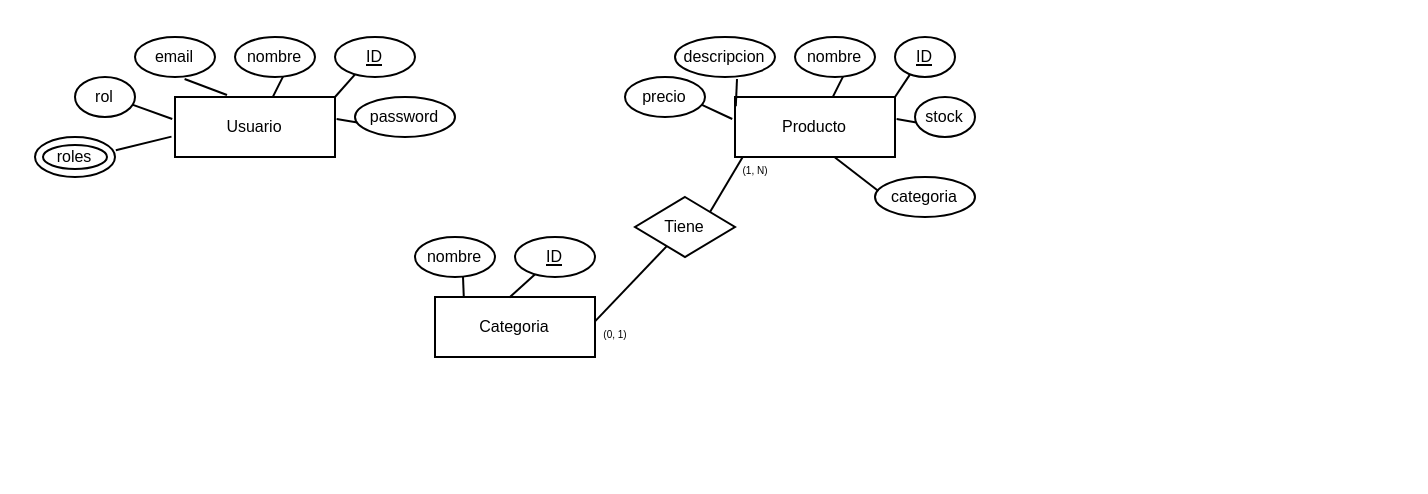
SergioMir018/Inventario-FE keeps this draw.io diagram as Diagrama sin título.drawio. Above is the earlier version. Source tidied: cells renumbered, new cells numbered last; positions are measured from the earlier drawing's top-left corner, leaving out a move shared by most shapes. Both pictures are drawn from the tidied source at 200%, with x=0, y=0 at pixel (34, 36).
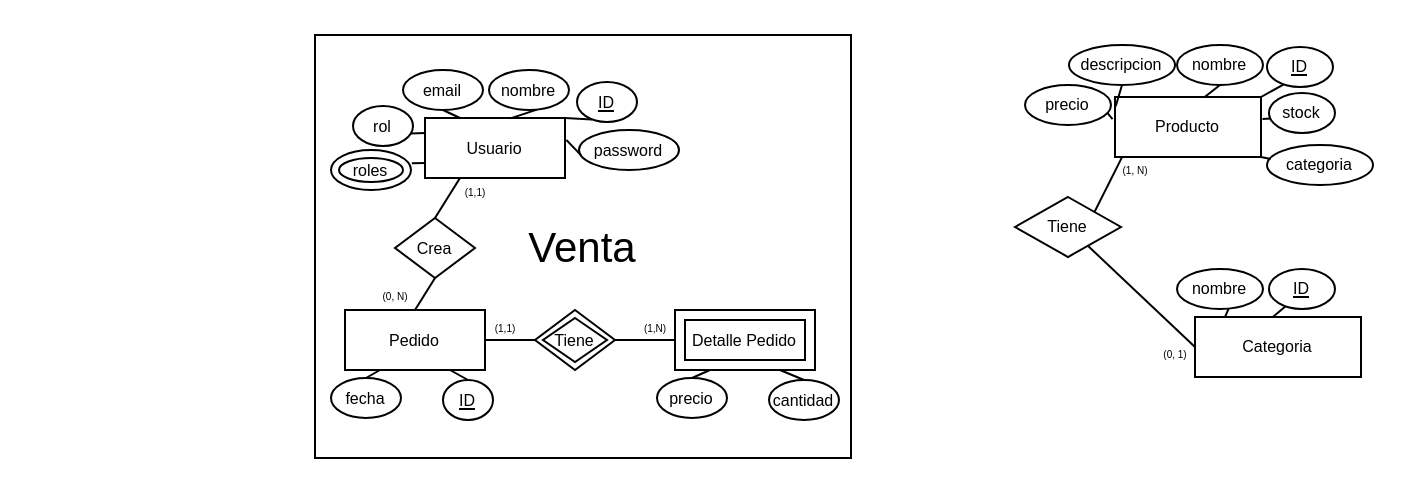
Above is the later version.

Diff of the diagram source:
```diff
@@
+    <mxCell id="39" value="Venta" style="whiteSpace=wrap;html=1;align=center;fontSize=21;" parent="1" vertex="1">
+      <mxGeometry x="140" y="-1" width="268" height="211.5" as="geometry" />
+    </mxCell>
     <mxCell id="2" value="Usuario" style="rounded=0;whiteSpace=wrap;html=1;fontSize=8;labelBackgroundColor=none;" parent="1" vertex="1">
-      <mxGeometry x="70" y="30" width="80" height="30" as="geometry" />
+      <mxGeometry x="195" y="40.5" width="70" height="30" as="geometry" />
     </mxCell>
@@
     <mxCell id="4" value="&lt;u style=&quot;font-size: 8px;&quot;&gt;ID&lt;/u&gt;" style="ellipse;whiteSpace=wrap;html=1;rounded=0;labelBackgroundColor=none;fontSize=8;" parent="1" vertex="1">
-      <mxGeometry x="150" width="40" height="20" as="geometry" />
+      <mxGeometry x="271" y="22.5" width="30" height="20" as="geometry" />
     </mxCell>
     <mxCell id="5" value="&lt;font style=&quot;font-size: 8px;&quot;&gt;nombre&lt;/font&gt;" style="ellipse;whiteSpace=wrap;html=1;rounded=0;labelBackgroundColor=none;fontSize=8;" parent="1" vertex="1">
-      <mxGeometry x="100" width="40" height="20" as="geometry" />
+      <mxGeometry x="227" y="16.5" width="40" height="20" as="geometry" />
     </mxCell>
@@
     <mxCell id="7" value="email" style="ellipse;whiteSpace=wrap;html=1;rounded=0;labelBackgroundColor=none;fontSize=8;" parent="1" vertex="1">
-      <mxGeometry x="50" width="40" height="20" as="geometry" />
+      <mxGeometry x="184" y="16.5" width="40" height="20" as="geometry" />
     </mxCell>
-    <mxCell id="8" style="endArrow=none;html=1;rounded=0;entryX=0.62;entryY=1.05;entryDx=0;entryDy=0;entryPerimeter=0;exitX=0.325;exitY=-0.033;exitDx=0;exitDy=0;exitPerimeter=0;labelBackgroundColor=none;fontColor=default;" parent="1" edge="1" source="2" target="7">
+    <mxCell id="8" style="endArrow=none;html=1;rounded=0;entryX=0.5;entryY=1;entryDx=0;entryDy=0;exitX=0.25;exitY=0;exitDx=0;exitDy=0;labelBackgroundColor=none;fontColor=default;" parent="1" edge="1" source="2" target="7">
       <mxGeometry relative="1" as="geometry" />
     </mxCell>
     <mxCell id="9" value="&lt;font style=&quot;font-size: 8px;&quot;&gt;password&lt;/font&gt;" style="ellipse;whiteSpace=wrap;html=1;rounded=0;labelBackgroundColor=none;fontSize=8;" parent="1" vertex="1">
-      <mxGeometry x="160" y="30" width="50" height="20" as="geometry" />
+      <mxGeometry x="272" y="46.5" width="50" height="20" as="geometry" />
     </mxCell>
@@
     <mxCell id="11" value="rol" style="ellipse;whiteSpace=wrap;html=1;rounded=0;labelBackgroundColor=none;fontSize=8;" parent="1" vertex="1">
-      <mxGeometry x="20" y="20" width="30" height="20" as="geometry" />
+      <mxGeometry x="159" y="34.5" width="30" height="20" as="geometry" />
     </mxCell>
-    <mxCell id="12" style="endArrow=none;html=1;rounded=0;entryX=0.955;entryY=0.69;entryDx=0;entryDy=0;entryPerimeter=0;exitX=-0.017;exitY=0.367;exitDx=0;exitDy=0;exitPerimeter=0;labelBackgroundColor=none;fontColor=default;" parent="1" edge="1" source="2" target="11">
+    <mxCell id="12" style="endArrow=none;html=1;rounded=0;entryX=0.955;entryY=0.69;entryDx=0;entryDy=0;entryPerimeter=0;exitX=0;exitY=0.25;exitDx=0;exitDy=0;labelBackgroundColor=none;fontColor=default;" parent="1" edge="1" source="2" target="11">
       <mxGeometry relative="1" as="geometry" />
     </mxCell>
-    <mxCell id="13" style="endArrow=none;html=1;rounded=0;entryX=-0.022;entryY=0.66;entryDx=0;entryDy=0;exitX=1.01;exitY=0.33;exitDx=0;exitDy=0;exitPerimeter=0;entryPerimeter=0;labelBackgroundColor=none;fontColor=default;" parent="1" edge="1" source="34" target="2">
+    <mxCell id="13" style="endArrow=none;html=1;rounded=0;entryX=0;entryY=0.75;entryDx=0;entryDy=0;exitX=1.01;exitY=0.33;exitDx=0;exitDy=0;exitPerimeter=0;labelBackgroundColor=none;fontColor=default;" parent="1" edge="1" source="34" target="2">
       <mxGeometry relative="1" as="geometry" />
     </mxCell>
     <mxCell id="14" value="Producto" style="rounded=0;whiteSpace=wrap;html=1;fontSize=8;labelBackgroundColor=none;" parent="1" vertex="1">
-      <mxGeometry x="350" y="30" width="80" height="30" as="geometry" />
+      <mxGeometry x="540" y="30" width="73" height="30" as="geometry" />
     </mxCell>
@@
     <mxCell id="16" value="&lt;u style=&quot;font-size: 8px;&quot;&gt;ID&lt;/u&gt;" style="ellipse;whiteSpace=wrap;html=1;rounded=0;labelBackgroundColor=none;fontSize=8;" parent="1" vertex="1">
-      <mxGeometry x="430" width="30" height="20" as="geometry" />
+      <mxGeometry x="616" y="5" width="33" height="20" as="geometry" />
     </mxCell>
     <mxCell id="17" value="&lt;font style=&quot;font-size: 8px;&quot;&gt;nombre&lt;/font&gt;" style="ellipse;whiteSpace=wrap;html=1;rounded=0;labelBackgroundColor=none;fontSize=8;" parent="1" vertex="1">
-      <mxGeometry x="380" width="40" height="20" as="geometry" />
+      <mxGeometry x="571" y="4" width="43" height="20" as="geometry" />
     </mxCell>
-    <mxCell id="18" style="endArrow=none;html=1;rounded=0;entryX=0.6;entryY=0.99;entryDx=0;entryDy=0;entryPerimeter=0;exitX=0.61;exitY=0.007;exitDx=0;exitDy=0;exitPerimeter=0;labelBackgroundColor=none;fontColor=default;" parent="1" edge="1" source="14" target="17">
+    <mxCell id="18" style="endArrow=none;html=1;rounded=0;entryX=0.5;entryY=1;entryDx=0;entryDy=0;exitX=0.61;exitY=0.007;exitDx=0;exitDy=0;exitPerimeter=0;labelBackgroundColor=none;fontColor=default;" parent="1" edge="1" source="14" target="17">
       <mxGeometry relative="1" as="geometry" />
     </mxCell>
     <mxCell id="19" value="descripcion" style="ellipse;whiteSpace=wrap;html=1;rounded=0;labelBackgroundColor=none;fontSize=8;" parent="1" vertex="1">
-      <mxGeometry x="320" width="50" height="20" as="geometry" />
+      <mxGeometry x="517" y="4" width="53" height="20" as="geometry" />
     </mxCell>
-    <mxCell id="20" style="endArrow=none;html=1;rounded=0;entryX=0.62;entryY=1.05;entryDx=0;entryDy=0;entryPerimeter=0;exitX=0.005;exitY=0.153;exitDx=0;exitDy=0;exitPerimeter=0;labelBackgroundColor=none;fontColor=default;" parent="1" edge="1" source="14" target="19">
+    <mxCell id="20" style="endArrow=none;html=1;rounded=0;entryX=0.5;entryY=1;entryDx=0;entryDy=0;exitX=0.005;exitY=0.153;exitDx=0;exitDy=0;exitPerimeter=0;labelBackgroundColor=none;fontColor=default;" parent="1" edge="1" source="14" target="19">
       <mxGeometry relative="1" as="geometry" />
     </mxCell>
     <mxCell id="21" value="&lt;font style=&quot;font-size: 8px;&quot;&gt;stock&lt;/font&gt;" style="ellipse;whiteSpace=wrap;html=1;rounded=0;labelBackgroundColor=none;fontSize=8;" parent="1" vertex="1">
-      <mxGeometry x="440" y="30" width="30" height="20" as="geometry" />
+      <mxGeometry x="617" y="28" width="33" height="20" as="geometry" />
     </mxCell>
@@
     <mxCell id="23" value="precio" style="ellipse;whiteSpace=wrap;html=1;rounded=0;labelBackgroundColor=none;fontSize=8;" parent="1" vertex="1">
-      <mxGeometry x="295" y="20" width="40" height="20" as="geometry" />
+      <mxGeometry x="495" y="24" width="43" height="20" as="geometry" />
     </mxCell>
@@
     <mxCell id="25" value="Categoria" style="rounded=0;whiteSpace=wrap;html=1;fontSize=8;labelBackgroundColor=none;" parent="1" vertex="1">
-      <mxGeometry x="200" y="130" width="80" height="30" as="geometry" />
+      <mxGeometry x="580" y="140" width="83" height="30" as="geometry" />
     </mxCell>
@@
     <mxCell id="27" value="&lt;u style=&quot;font-size: 8px;&quot;&gt;ID&lt;/u&gt;" style="ellipse;whiteSpace=wrap;html=1;rounded=0;labelBackgroundColor=none;fontSize=8;" parent="1" vertex="1">
-      <mxGeometry x="240" y="100" width="40" height="20" as="geometry" />
+      <mxGeometry x="617" y="116" width="33" height="20" as="geometry" />
     </mxCell>
     <mxCell id="28" value="&lt;font style=&quot;font-size: 8px;&quot;&gt;nombre&lt;/font&gt;" style="ellipse;whiteSpace=wrap;html=1;rounded=0;labelBackgroundColor=none;fontSize=8;" parent="1" vertex="1">
-      <mxGeometry x="190" y="100" width="40" height="20" as="geometry" />
+      <mxGeometry x="571" y="116" width="43" height="20" as="geometry" />
     </mxCell>
@@
     <mxCell id="30" value="categoria" style="ellipse;whiteSpace=wrap;html=1;rounded=0;labelBackgroundColor=none;fontSize=8;" parent="1" vertex="1">
-      <mxGeometry x="420" y="70" width="50" height="20" as="geometry" />
+      <mxGeometry x="616" y="54" width="53" height="20" as="geometry" />
     </mxCell>
-    <mxCell id="31" style="endArrow=none;html=1;rounded=0;fontSize=12;startSize=8;endSize=8;curved=1;entryX=0.625;entryY=1.007;entryDx=0;entryDy=0;entryPerimeter=0;exitX=0.034;exitY=0.35;exitDx=0;exitDy=0;exitPerimeter=0;labelBackgroundColor=none;fontColor=default;" parent="1" edge="1" source="30" target="14">
+    <mxCell id="31" style="endArrow=none;html=1;rounded=0;fontSize=12;startSize=8;endSize=8;curved=1;entryX=1;entryY=1;entryDx=0;entryDy=0;exitX=0.034;exitY=0.35;exitDx=0;exitDy=0;exitPerimeter=0;labelBackgroundColor=none;fontColor=default;" parent="1" edge="1" source="30" target="14">
       <mxGeometry relative="1" as="geometry" />
     </mxCell>
-    <mxCell id="32" style="endArrow=none;html=1;rounded=0;fontSize=12;startSize=8;endSize=8;curved=1;exitX=1;exitY=0.407;exitDx=0;exitDy=0;exitPerimeter=0;labelBackgroundColor=none;fontColor=default;" parent="1" edge="1" source="25" target="36">
+    <mxCell id="32" style="endArrow=none;html=1;rounded=0;fontSize=12;startSize=8;endSize=8;curved=1;exitX=0;exitY=0.5;exitDx=0;exitDy=0;labelBackgroundColor=none;fontColor=default;" parent="1" edge="1" source="25" target="36">
       <mxGeometry relative="1" as="geometry" />
     </mxCell>
@@
     <mxCell id="34" value="roles" style="ellipse;shape=doubleEllipse;whiteSpace=wrap;html=1;fontSize=8;rounded=0;labelBackgroundColor=none;" parent="1" vertex="1">
-      <mxGeometry y="50" width="40" height="20" as="geometry" />
+      <mxGeometry x="148" y="56.5" width="40" height="20" as="geometry" />
     </mxCell>
@@
     <mxCell id="36" value="Tiene" style="shape=rhombus;perimeter=rhombusPerimeter;whiteSpace=wrap;html=1;align=center;fontSize=8;" parent="1" vertex="1">
-      <mxGeometry x="300" y="80" width="50" height="30" as="geometry" />
+      <mxGeometry x="490" y="80" width="53" height="30" as="geometry" />
     </mxCell>
     <mxCell id="37" value="&lt;span style=&quot;font-size: 5px;&quot;&gt;(1, N)&lt;/span&gt;" style="text;html=1;align=center;verticalAlign=middle;strokeColor=none;fillColor=none;fontSize=16;" parent="1" vertex="1">
-      <mxGeometry x="340" y="48" width="40" height="30" as="geometry" />
+      <mxGeometry x="530" y="48" width="40" height="30" as="geometry" />
     </mxCell>
     <mxCell id="38" value="&lt;font style=&quot;font-size: 5px;&quot;&gt;(0, 1)&lt;/font&gt;" style="text;html=1;align=center;verticalAlign=middle;strokeColor=none;fillColor=none;fontSize=16;" parent="1" vertex="1">
-      <mxGeometry x="270" y="130" width="40" height="30" as="geometry" />
+      <mxGeometry x="550" y="140" width="40" height="30" as="geometry" />
     </mxCell>
+    <mxCell id="40" value="Pedido" style="whiteSpace=wrap;html=1;align=center;fontSize=8;" parent="1" vertex="1">
+      <mxGeometry x="155" y="136.5" width="70" height="30" as="geometry" />
+    </mxCell>
+    <mxCell id="41" value="&lt;u&gt;ID&lt;/u&gt;" style="ellipse;whiteSpace=wrap;html=1;align=center;fontSize=8;" parent="1" vertex="1">
+      <mxGeometry x="204" y="171.5" width="25" height="20" as="geometry" />
+    </mxCell>
+    <mxCell id="42" style="endArrow=none;html=1;rounded=0;fontSize=12;startSize=8;endSize=8;curved=1;exitX=0.75;exitY=1;exitDx=0;exitDy=0;entryX=0.5;entryY=0;entryDx=0;entryDy=0;" parent="1" edge="1" source="40" target="41">
+      <mxGeometry relative="1" as="geometry" />
+    </mxCell>
+    <mxCell id="43" value="fecha" style="ellipse;whiteSpace=wrap;html=1;align=center;fontSize=8;" parent="1" vertex="1">
+      <mxGeometry x="148" y="170.5" width="35" height="20" as="geometry" />
+    </mxCell>
+    <mxCell id="44" style="endArrow=none;html=1;rounded=0;fontSize=12;startSize=8;endSize=8;curved=1;entryX=0.25;entryY=1;entryDx=0;entryDy=0;exitX=0.5;exitY=0;exitDx=0;exitDy=0;" parent="1" edge="1" source="43" target="40">
+      <mxGeometry relative="1" as="geometry" />
+    </mxCell>
+    <mxCell id="45" value="Detalle Pedido" style="shape=ext;margin=3;double=1;whiteSpace=wrap;html=1;align=center;fontSize=8;" parent="1" vertex="1">
+      <mxGeometry x="320" y="136.5" width="70" height="30" as="geometry" />
+    </mxCell>
+    <mxCell id="46" value="cantidad" style="ellipse;whiteSpace=wrap;html=1;align=center;fontSize=8;" parent="1" vertex="1">
+      <mxGeometry x="367" y="171.5" width="35" height="20" as="geometry" />
+    </mxCell>
+    <mxCell id="47" value="precio" style="ellipse;whiteSpace=wrap;html=1;align=center;fontSize=8;" parent="1" vertex="1">
+      <mxGeometry x="311" y="170.5" width="35" height="20" as="geometry" />
+    </mxCell>
+    <mxCell id="48" style="endArrow=none;html=1;rounded=0;fontSize=12;startSize=8;endSize=8;curved=1;entryX=0.25;entryY=1;entryDx=0;entryDy=0;exitX=0.5;exitY=0;exitDx=0;exitDy=0;" parent="1" edge="1" source="47" target="45">
+      <mxGeometry relative="1" as="geometry" />
+    </mxCell>
+    <mxCell id="49" style="endArrow=none;html=1;rounded=0;fontSize=12;startSize=8;endSize=8;curved=1;entryX=0.75;entryY=1;entryDx=0;entryDy=0;exitX=0.5;exitY=0;exitDx=0;exitDy=0;" parent="1" edge="1" source="46" target="45">
+      <mxGeometry relative="1" as="geometry" />
+    </mxCell>
+    <mxCell id="50" value="Tiene" style="shape=rhombus;double=1;perimeter=rhombusPerimeter;whiteSpace=wrap;html=1;align=center;fontSize=8;" parent="1" vertex="1">
+      <mxGeometry x="250" y="136.5" width="40" height="30" as="geometry" />
+    </mxCell>
+    <mxCell id="51" style="endArrow=none;html=1;rounded=0;fontSize=12;startSize=8;endSize=8;curved=1;entryX=0;entryY=0.5;entryDx=0;entryDy=0;exitX=1;exitY=0.5;exitDx=0;exitDy=0;" parent="1" edge="1" source="50" target="45">
+      <mxGeometry relative="1" as="geometry" />
+    </mxCell>
+    <mxCell id="52" style="endArrow=none;html=1;rounded=0;fontSize=12;startSize=8;endSize=8;curved=1;entryX=0;entryY=0.5;entryDx=0;entryDy=0;exitX=1;exitY=0.5;exitDx=0;exitDy=0;" parent="1" edge="1" source="40" target="50">
+      <mxGeometry relative="1" as="geometry" />
+    </mxCell>
+    <mxCell id="53" value="&lt;span style=&quot;font-size: 5px;&quot;&gt;(1,N)&lt;/span&gt;" style="text;html=1;align=center;verticalAlign=middle;strokeColor=none;fillColor=none;fontSize=16;" parent="1" vertex="1">
+      <mxGeometry x="295" y="126.5" width="30" height="30" as="geometry" />
+    </mxCell>
+    <mxCell id="54" value="&lt;span style=&quot;font-size: 5px;&quot;&gt;(1,1)&lt;/span&gt;" style="text;html=1;align=center;verticalAlign=middle;strokeColor=none;fillColor=none;fontSize=16;" parent="1" vertex="1">
+      <mxGeometry x="220" y="126.5" width="30" height="30" as="geometry" />
+    </mxCell>
+    <mxCell id="55" value="Crea" style="shape=rhombus;perimeter=rhombusPerimeter;whiteSpace=wrap;html=1;align=center;fontSize=8;" parent="1" vertex="1">
+      <mxGeometry x="180" y="90.5" width="40" height="30" as="geometry" />
+    </mxCell>
+    <mxCell id="56" style="endArrow=none;html=1;rounded=0;fontSize=12;startSize=8;endSize=8;curved=1;entryX=0.25;entryY=1;entryDx=0;entryDy=0;exitX=0.5;exitY=0;exitDx=0;exitDy=0;" parent="1" edge="1" source="55" target="2">
+      <mxGeometry relative="1" as="geometry" />
+    </mxCell>
+    <mxCell id="57" style="endArrow=none;html=1;rounded=0;fontSize=12;startSize=8;endSize=8;curved=1;entryX=0.5;entryY=1;entryDx=0;entryDy=0;exitX=0.5;exitY=0;exitDx=0;exitDy=0;" parent="1" edge="1" source="40" target="55">
+      <mxGeometry relative="1" as="geometry" />
+    </mxCell>
+    <mxCell id="58" value="&lt;span style=&quot;font-size: 5px;&quot;&gt;(1,1)&lt;/span&gt;" style="text;html=1;align=center;verticalAlign=middle;strokeColor=none;fillColor=none;fontSize=16;" parent="1" vertex="1">
+      <mxGeometry x="205" y="58.5" width="30" height="30" as="geometry" />
+    </mxCell>
+    <mxCell id="59" value="&lt;span style=&quot;font-size: 5px;&quot;&gt;(0, N)&lt;/span&gt;" style="text;html=1;align=center;verticalAlign=middle;strokeColor=none;fillColor=none;fontSize=16;" parent="1" vertex="1">
+      <mxGeometry x="160" y="110.5" width="40" height="30" as="geometry" />
+    </mxCell>
```
